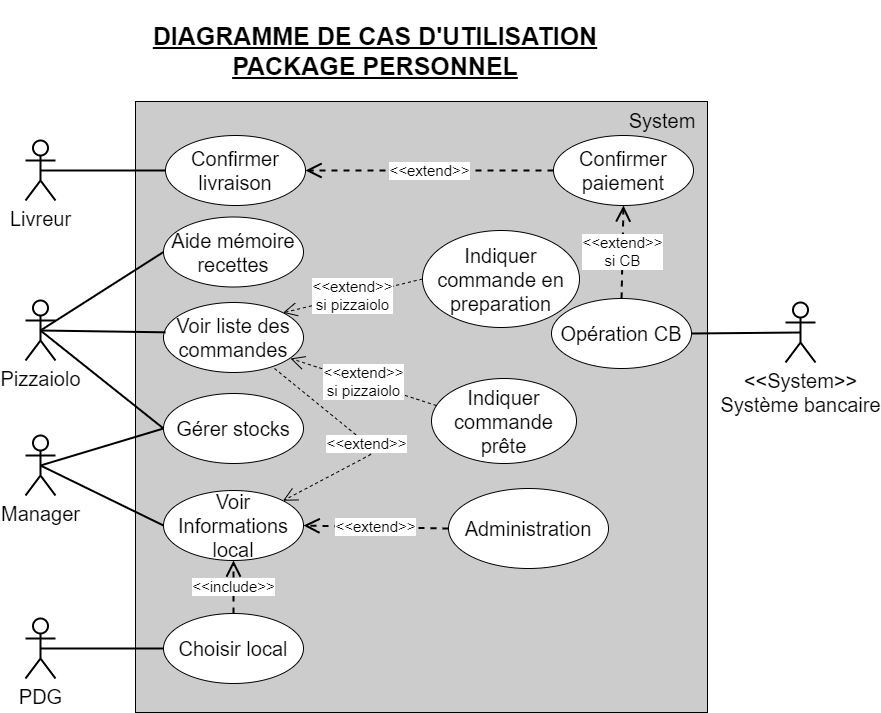
Before: diagrammes/diagramme de cas d'utilisation - personel.png, a diagram exported from draw.io (Tony380/Projet4). Source tidied: cells renumbered, new cells last; positions are measured from the earlier drawing's top-left corner, leaving out a move shared by most shapes.
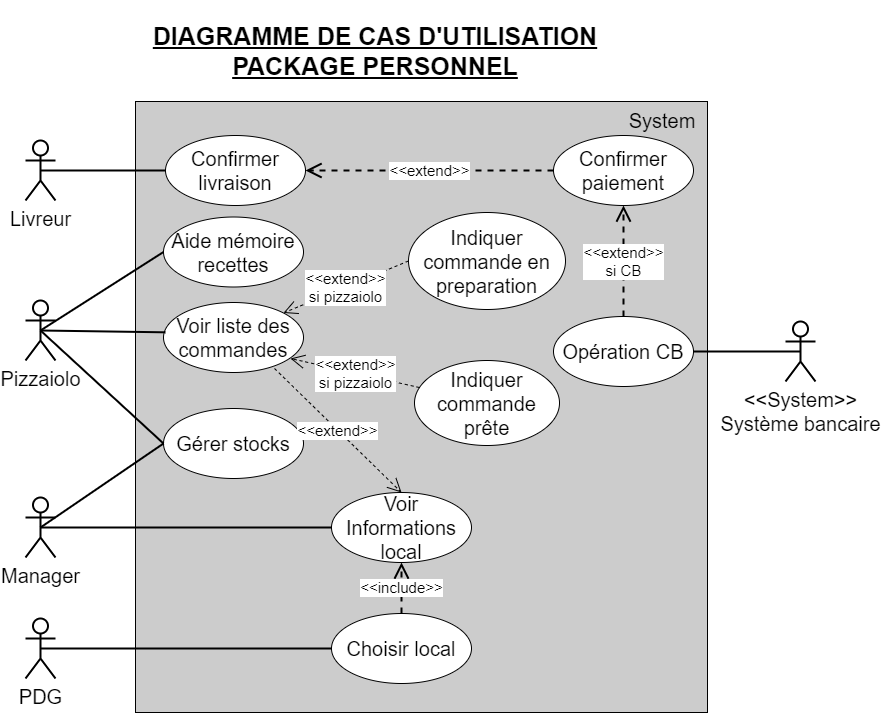
The same diagram one commit later.

The edit, as a diff of the source:
```diff
@@ -12,7 +12,7 @@
       <mxGeometry y="140" width="30" height="60" as="geometry" />
     </mxCell>
     <mxCell id="5" value="&lt;font style=&quot;font-size: 20px&quot;&gt;Manager&lt;/font&gt;" style="shape=umlActor;verticalLabelPosition=bottom;labelBackgroundColor=#ffffff;verticalAlign=top;html=1;outlineConnect=0;strokeWidth=2;" parent="1" vertex="1">
-      <mxGeometry y="435" width="30" height="60" as="geometry" />
+      <mxGeometry y="497" width="30" height="60" as="geometry" />
     </mxCell>
     <mxCell id="6" value="&lt;font style=&quot;font-size: 20px&quot;&gt;PDG&lt;/font&gt;" style="shape=umlActor;verticalLabelPosition=bottom;labelBackgroundColor=#ffffff;verticalAlign=top;html=1;outlineConnect=0;strokeWidth=2;" parent="1" vertex="1">
       <mxGeometry y="618" width="30" height="60" as="geometry" />
@@ -27,13 +27,13 @@
       <mxGeometry x="138" y="302" width="140" height="70" as="geometry" />
     </mxCell>
     <mxCell id="10" value="&lt;font style=&quot;font-size: 20px&quot;&gt;Gérer stocks&lt;/font&gt;" style="ellipse;whiteSpace=wrap;html=1;" parent="1" vertex="1">
-      <mxGeometry x="138" y="393" width="140" height="70" as="geometry" />
+      <mxGeometry x="138" y="408" width="140" height="70" as="geometry" />
     </mxCell>
     <mxCell id="11" value="&lt;font style=&quot;font-size: 20px&quot;&gt;Voir Informations&lt;br&gt;local&lt;/font&gt;" style="ellipse;whiteSpace=wrap;html=1;" parent="1" vertex="1">
-      <mxGeometry x="138" y="490" width="140" height="70" as="geometry" />
+      <mxGeometry x="306" y="492" width="140" height="70" as="geometry" />
     </mxCell>
     <mxCell id="12" value="&lt;font style=&quot;font-size: 20px&quot;&gt;Choisir local&lt;/font&gt;" style="ellipse;whiteSpace=wrap;html=1;" parent="1" vertex="1">
-      <mxGeometry x="138" y="613" width="140" height="70" as="geometry" />
+      <mxGeometry x="306" y="613" width="140" height="70" as="geometry" />
     </mxCell>
     <mxCell id="13" style="endArrow=none;html=1;exitX=0.5;exitY=0.5;exitDx=0;exitDy=0;exitPerimeter=0;entryX=0;entryY=0.5;entryDx=0;entryDy=0;strokeWidth=2;" parent="1" edge="1" source="6" target="12">
       <mxGeometry relative="1" as="geometry" />
@@ -65,17 +65,19 @@
     <mxCell id="22" style="endArrow=none;html=1;strokeWidth=2;exitX=0.5;exitY=0.5;exitDx=0;exitDy=0;exitPerimeter=0;entryX=0;entryY=0.5;entryDx=0;entryDy=0;" parent="1" edge="1" source="3" target="10">
       <mxGeometry relative="1" as="geometry" />
     </mxCell>
-    <mxCell id="23" style="endArrow=none;html=1;strokeWidth=2;exitX=0.5;exitY=0.5;exitDx=0;exitDy=0;exitPerimeter=0;entryX=0;entryY=0.5;entryDx=0;entryDy=0;" parent="1" edge="1" source="5" target="10">
-      <mxGeometry relative="1" as="geometry" />
+    <mxCell id="23" style="endArrow=none;html=1;strokeWidth=2;entryX=0;entryY=0.5;entryDx=0;entryDy=0;" parent="1" edge="1" target="10">
+      <mxGeometry relative="1" as="geometry">
+        <mxPoint x="15" y="527" as="sourcePoint" />
+      </mxGeometry>
     </mxCell>
     <mxCell id="24" value="&lt;font style=&quot;font-size: 20px&quot;&gt;&amp;lt;&amp;lt;System&amp;gt;&amp;gt;&lt;br&gt;Système bancaire&lt;br&gt;&lt;/font&gt;" style="shape=umlActor;verticalLabelPosition=bottom;labelBackgroundColor=#ffffff;verticalAlign=top;html=1;outlineConnect=0;fillColor=#FFFFFF;strokeWidth=2;" parent="1" vertex="1">
-      <mxGeometry x="760" y="302" width="30" height="60" as="geometry" />
+      <mxGeometry x="760" y="321" width="30" height="60" as="geometry" />
     </mxCell>
     <mxCell id="25" value="&lt;font style=&quot;font-size: 20px&quot;&gt;System&lt;/font&gt;" style="text;html=1;strokeColor=none;fillColor=none;align=center;verticalAlign=middle;whiteSpace=wrap;rounded=0;" parent="1" vertex="1">
       <mxGeometry x="617" y="110" width="40" height="20" as="geometry" />
     </mxCell>
     <mxCell id="26" value="&lt;font style=&quot;font-size: 20px&quot;&gt;Opération CB&lt;/font&gt;" style="ellipse;whiteSpace=wrap;html=1;fillColor=#FFFFFF;" parent="1" vertex="1">
-      <mxGeometry x="526" y="298" width="140" height="70" as="geometry" />
+      <mxGeometry x="528" y="316" width="140" height="70" as="geometry" />
     </mxCell>
     <mxCell id="27" value="&lt;font style=&quot;font-size: 15px&quot;&gt;&amp;lt;&amp;lt;extend&amp;gt;&amp;gt;&lt;br&gt;si CB&lt;/font&gt;" style="endArrow=open;endSize=12;dashed=1;html=1;strokeWidth=2;exitX=0.5;exitY=0;exitDx=0;exitDy=0;entryX=0.5;entryY=1;entryDx=0;entryDy=0;" parent="1" edge="1" source="26" target="17">
       <mxGeometry relative="1" as="geometry" />
@@ -83,17 +85,11 @@
     <mxCell id="28" style="endArrow=none;html=1;strokeWidth=2;exitX=1;exitY=0.5;exitDx=0;exitDy=0;entryX=0.5;entryY=0.5;entryDx=0;entryDy=0;entryPerimeter=0;" parent="1" edge="1" source="26" target="24">
       <mxGeometry relative="1" as="geometry" />
     </mxCell>
-    <mxCell id="29" value="&lt;font style=&quot;font-size: 20px&quot;&gt;Administration&lt;/font&gt;" style="ellipse;whiteSpace=wrap;html=1;fillColor=#FFFFFF;" parent="1" vertex="1">
-      <mxGeometry x="423" y="488" width="160" height="80" as="geometry" />
-    </mxCell>
-    <mxCell id="30" value="&lt;font style=&quot;font-size: 15px&quot;&gt;&amp;lt;&amp;lt;extend&amp;gt;&amp;gt;&lt;/font&gt;" style="endArrow=open;endSize=12;dashed=1;html=1;strokeWidth=2;exitX=0;exitY=0.5;exitDx=0;exitDy=0;entryX=1;entryY=0.5;entryDx=0;entryDy=0;" parent="1" edge="1" source="29" target="11">
-      <mxGeometry relative="1" as="geometry" />
-    </mxCell>
     <mxCell id="31" value="&lt;font style=&quot;font-size: 20px&quot;&gt;Indiquer commande en preparation&lt;/font&gt;" style="ellipse;whiteSpace=wrap;html=1;" parent="1" vertex="1">
-      <mxGeometry x="397" y="230" width="157" height="97" as="geometry" />
+      <mxGeometry x="383" y="212" width="157" height="97" as="geometry" />
     </mxCell>
     <mxCell id="32" value="&lt;font style=&quot;font-size: 20px&quot;&gt;Indiquer commande prête&lt;/font&gt;" style="ellipse;whiteSpace=wrap;html=1;" parent="1" vertex="1">
-      <mxGeometry x="406" y="378" width="145" height="85" as="geometry" />
+      <mxGeometry x="389" y="360" width="145" height="85" as="geometry" />
     </mxCell>
     <mxCell id="33" value="&lt;font style=&quot;font-size: 15px&quot;&gt;&amp;lt;&amp;lt;extend&amp;gt;&amp;gt;&lt;br&gt;si pizzaiolo&lt;/font&gt;" style="endArrow=open;endSize=12;dashed=1;html=1;entryX=1;entryY=0;entryDx=0;entryDy=0;exitX=0;exitY=0.5;exitDx=0;exitDy=0;" parent="1" edge="1" source="31" target="9">
       <mxGeometry relative="1" as="geometry" />
@@ -101,12 +97,8 @@
     <mxCell id="34" value="&lt;font style=&quot;font-size: 15px&quot;&gt;&amp;lt;&amp;lt;extend&amp;gt;&amp;gt;&lt;br&gt;si pizzaiolo&lt;/font&gt;" style="endArrow=open;endSize=12;dashed=1;html=1;exitX=0.034;exitY=0.318;exitDx=0;exitDy=0;entryX=0.907;entryY=0.8;entryDx=0;entryDy=0;entryPerimeter=0;exitPerimeter=0;" parent="1" edge="1" source="32" target="9">
       <mxGeometry relative="1" as="geometry" />
     </mxCell>
-    <mxCell id="35" value="&lt;font style=&quot;font-size: 15px&quot;&gt;&amp;lt;&amp;lt;extend&amp;gt;&amp;gt;&lt;/font&gt;" style="endArrow=open;endSize=12;dashed=1;html=1;exitX=0.793;exitY=0.943;exitDx=0;exitDy=0;exitPerimeter=0;entryX=1;entryY=0;entryDx=0;entryDy=0;" parent="1" edge="1" source="9" target="11">
-      <mxGeometry relative="1" as="geometry">
-        <Array as="points">
-          <mxPoint x="351" y="451" />
-        </Array>
-      </mxGeometry>
+    <mxCell id="35" value="&lt;font style=&quot;font-size: 15px&quot;&gt;&amp;lt;&amp;lt;extend&amp;gt;&amp;gt;&lt;/font&gt;" style="endArrow=open;endSize=12;dashed=1;html=1;exitX=0.793;exitY=0.943;exitDx=0;exitDy=0;exitPerimeter=0;entryX=0.5;entryY=0;entryDx=0;entryDy=0;" parent="1" edge="1" source="9" target="11">
+      <mxGeometry relative="1" as="geometry" />
     </mxCell>
   </root>
 </mxGraphModel>
```
